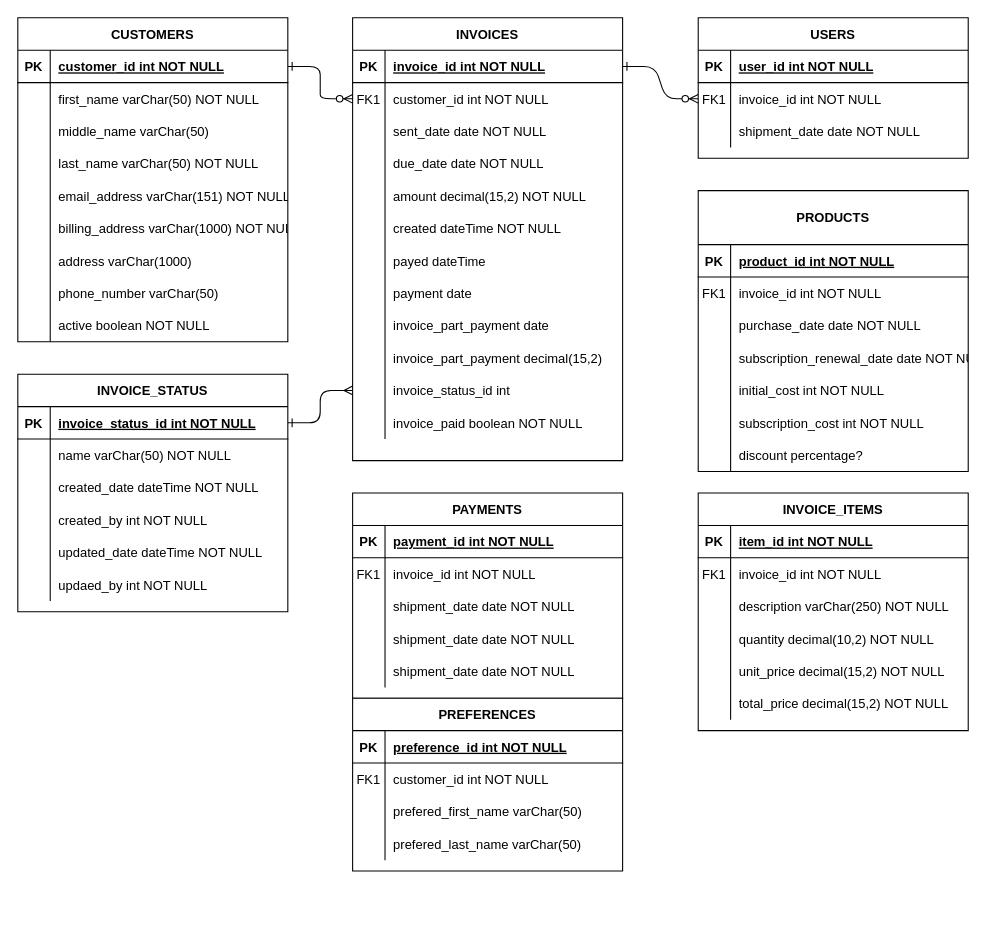
Above: Untitled Diagram.drawio in alexei-garrow/hey-about-that (draw.io), before the change. Source tidied: cells renumbered, new cells numbered last; positions are measured from the earlier drawing's top-left corner, leaving out a move shared by most shapes. Both pictures are drawn from the tidied source at 108%, with x=0, y=0 at pixel (17, 17).
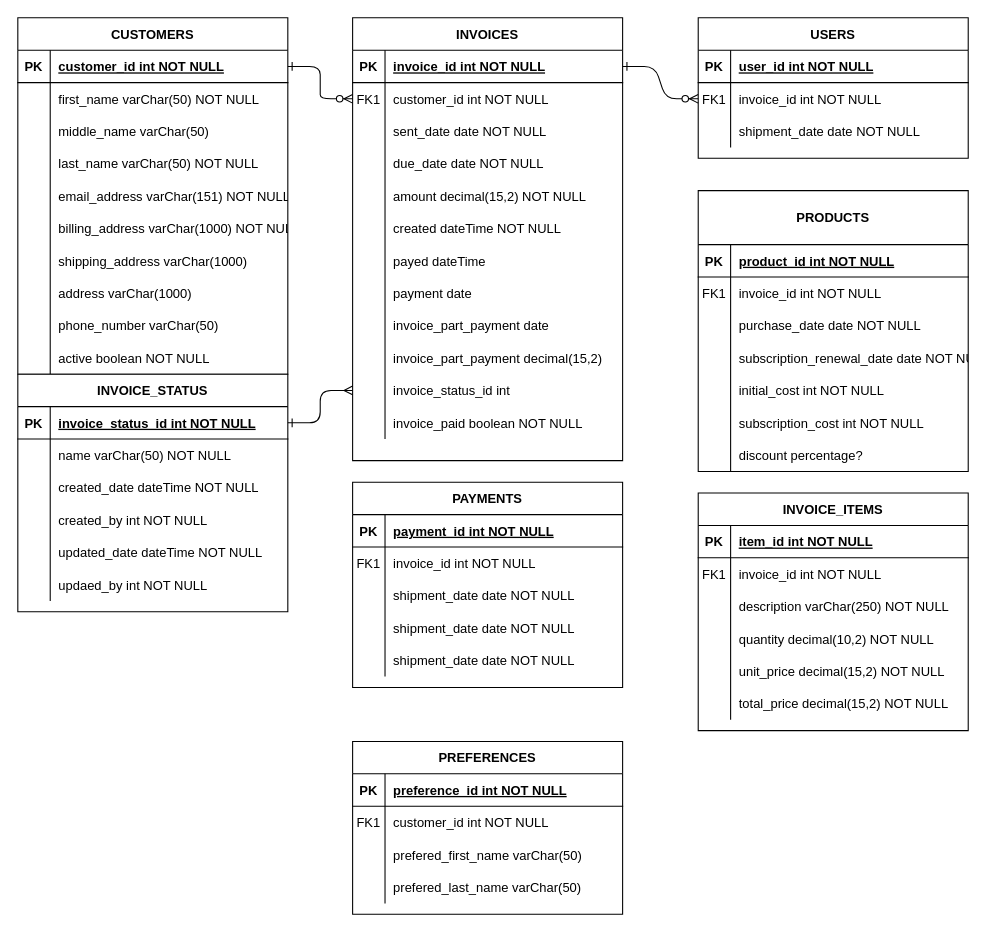
The same page after the edit.

Commit message:
added shipping address? Is this needed?

What changed in the source:
```diff
@@
     <mxCell id="51" value="CUSTOMERS" style="shape=table;startSize=30;childLayout=tableLayout;rowLines=0;fontStyle=1;align=center;" parent="1" vertex="1">
-      <mxGeometry width="250" height="300" as="geometry" />
+      <mxGeometry width="250" height="330" as="geometry" />
     </mxCell>
@@
+    <mxCell id="169" style="shape=partialRectangle;fillColor=none;top=0;left=0;right=0;bottom=0;" parent="51" vertex="1">
+      <mxGeometry y="210" width="250" height="30" as="geometry" />
+    </mxCell>
+    <mxCell id="170" style="shape=partialRectangle;overflow=hidden;fillColor=none;top=0;left=0;bottom=0;right=0;" parent="169" vertex="1">
+      <mxGeometry width="30" height="30" as="geometry" />
+    </mxCell>
+    <mxCell id="171" value="shipping_address varChar(1000) " style="shape=partialRectangle;overflow=hidden;fillColor=none;top=0;left=0;bottom=0;right=0;align=left;spacingLeft=6;" parent="169" vertex="1">
+      <mxGeometry x="30" width="220" height="30" as="geometry" />
+    </mxCell>
     <mxCell id="70" style="shape=partialRectangle;fillColor=none;top=0;left=0;right=0;bottom=0;" parent="51" vertex="1">
-      <mxGeometry y="210" width="250" height="30" as="geometry" />
+      <mxGeometry y="240" width="250" height="30" as="geometry" />
     </mxCell>
@@
     <mxCell id="73" style="shape=partialRectangle;fillColor=none;top=0;left=0;right=0;bottom=0;" parent="51" vertex="1">
-      <mxGeometry y="240" width="250" height="30" as="geometry" />
+      <mxGeometry y="270" width="250" height="30" as="geometry" />
     </mxCell>
@@
     <mxCell id="76" style="shape=partialRectangle;fillColor=none;top=0;left=0;right=0;bottom=0;" parent="51" vertex="1">
-      <mxGeometry y="270" width="250" height="30" as="geometry" />
+      <mxGeometry y="300" width="250" height="30" as="geometry" />
     </mxCell>
@@
     <mxCell id="101" value="PAYMENTS" style="shape=table;startSize=30;childLayout=tableLayout;rowLines=0;fontStyle=1;align=center;" parent="1" vertex="1">
-      <mxGeometry x="310" y="440" width="250" height="190" as="geometry" />
+      <mxGeometry x="310" y="430" width="250" height="190" as="geometry" />
     </mxCell>
@@
     <mxCell id="117" value="PREFERENCES" style="shape=table;startSize=30;childLayout=tableLayout;rowLines=0;fontStyle=1;align=center;" parent="1" vertex="1">
-      <mxGeometry x="310" y="630" width="250" height="160" as="geometry" />
+      <mxGeometry x="310" y="670" width="250" height="160" as="geometry" />
     </mxCell>
```
